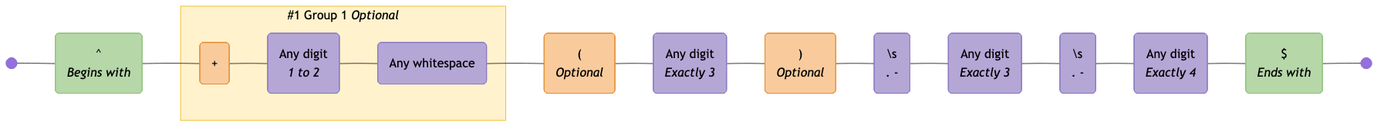
tayles/regex-to-mermaid keeps this Mermaid diagram as diagrams/phone-number.mermaid-diagram.png. Above is the earlier version. Its source is kept beside it as diagrams/phone-number.mermaid.
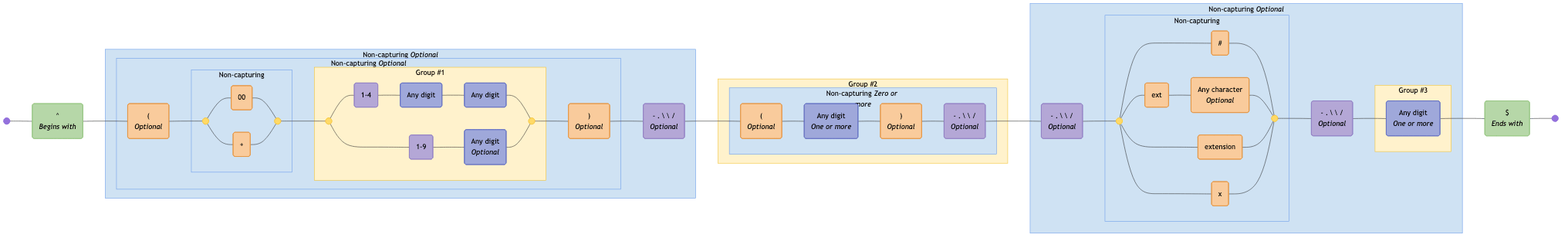
Later version of the same file.

Diff of the diagram source:
```diff
@@ -1,46 +1,148 @@
 graph LR
-  accTitle: "Regex: ^(\\+\\d{1,2}\\s)?\\(?\\d{3}\\)?[\\s.-]\\d{3}[\\s.-]\\d{4}$"
+  accTitle: "Regex: ^(?:(?:\\(?(?:00|\\+)([1-4]\\d\\d|[1-9]\\d?)\\)?)?[\\-\\.\\ \\\\\\/]?)?((?:\\(?\\d{1,}\\)?[\\-\\.\\ \\\\\\/]?){0,})(?:[\\-\\.\\ \\\\\\/]?(?:#|ext\\.?|extension|x)[\\-\\.\\ \\\\\\/]?(\\d+))?$"
   accDescr: "Generated with regex-to-mermaid@1.1.0"
 
   start@{ shape: f-circ };
   fin@{ shape: f-circ };
   assertion_1("^<br><i>Begins with</i>"):::assertion;
-  literal_1("\+"):::literal;
-  char_class_1("Any digit<br><i>1 to 2</i>"):::char-class;
-  char_class_2("Any whitespace"):::char-class;
-  literal_2("\(<br><i>Optional</i>"):::literal;
-  char_class_3("Any digit<br><i>Exactly 3</i>"):::char-class;
-  literal_3("\)<br><i>Optional</i>"):::literal;
-  char_class_4("\s<br>. -"):::char-class;
-  char_class_5("Any digit<br><i>Exactly 3</i>"):::char-class;
-  char_class_6("\s<br>. -"):::char-class;
-  char_class_7("Any digit<br><i>Exactly 4</i>"):::char-class;
+  literal_1("\(<br><i>Optional</i>"):::literal;
+  disjunction_begin_1:::disjunction@{ shape: f-circ };
+  disjunction_end_1:::disjunction@{ shape: f-circ };
+  literal_2("00"):::literal;
+  literal_3("\+"):::literal;
+  disjunction_begin_2:::disjunction@{ shape: f-circ };
+  disjunction_end_2:::disjunction@{ shape: f-circ };
+  char_class_1("1-4"):::char-class;
+  char_set_1("Any digit"):::char-set;
+  char_set_2("Any digit"):::char-set;
+  char_class_2("1-9"):::char-class;
+  char_set_3("Any digit<br><i>Optional</i>"):::char-set;
+  literal_4("\)<br><i>Optional</i>"):::literal;
+  char_class_3("\- \. \  \\ \/<br><i>Optional</i>"):::char-class;
+  literal_5("\(<br><i>Optional</i>"):::literal;
+  char_set_4("Any digit<br><i>One or more</i>"):::char-set;
+  literal_6("\)<br><i>Optional</i>"):::literal;
+  char_class_4("\- \. \  \\ \/<br><i>Optional</i>"):::char-class;
+  char_class_5("\- \. \  \\ \/<br><i>Optional</i>"):::char-class;
+  disjunction_begin_3:::disjunction@{ shape: f-circ };
+  disjunction_end_3:::disjunction@{ shape: f-circ };
+  literal_7("#"):::literal;
+  literal_8("ext"):::literal;
+  literal_9("Any character<br><i>Optional</i>"):::literal;
+  literal_10("extension"):::literal;
+  literal_11("x"):::literal;
+  char_class_6("\- \. \  \\ \/<br><i>Optional</i>"):::char-class;
+  char_set_5("Any digit<br><i>One or more</i>"):::char-set;
   assertion_2("$<br><i>Ends with</i>"):::assertion;
 
-  subgraph standard_1 ["#1 Group 1 <i>Optional</i>"]
+  subgraph non_capturing_3 ["Non-capturing"]
+    disjunction_begin_1
+    disjunction_end_1
+    literal_2
+    literal_3
+  end
+
+  subgraph standard_1 ["Group #1"]
+    disjunction_begin_2
+    disjunction_end_2
+    char_class_1
+    char_set_1
+    char_set_2
+    char_class_2
+    char_set_3
+  end
+
+  subgraph non_capturing_2 ["Non-capturing <i>Optional</i>"]
+    non_capturing_3
+    standard_1
     literal_1
-    char_class_1
-    char_class_2
+    literal_4
+  end
+
+  subgraph non_capturing_1 ["Non-capturing <i>Optional</i>"]
+    non_capturing_3
+    standard_1
+    non_capturing_2
+    char_class_3
+  end
+
+  subgraph non_capturing_4 ["Non-capturing <i>Zero or more</i>"]
+    literal_5
+    char_set_4
+    literal_6
+    char_class_4
+  end
+
+  subgraph standard_2 ["Group #2"]
+    non_capturing_4
+  end
+
+  subgraph non_capturing_6 ["Non-capturing"]
+    disjunction_begin_3
+    disjunction_end_3
+    literal_7
+    literal_8
+    literal_9
+    literal_10
+    literal_11
+  end
+
+  subgraph standard_3 ["Group #3"]
+    char_set_5
+  end
+
+  subgraph non_capturing_5 ["Non-capturing <i>Optional</i>"]
+    non_capturing_6
+    standard_3
+    char_class_5
+    char_class_6
   end
 
   start --- assertion_1;
   assertion_1 --- literal_1;
-  literal_1 --- char_class_1;
-  char_class_1 --- char_class_2;
-  char_class_2 --- literal_2;
-  literal_2 --- char_class_3;
-  char_class_3 --- literal_3;
-  literal_3 --- char_class_4;
+  literal_1 --- disjunction_begin_1;
+  disjunction_begin_1 --- literal_2;
+  literal_2 --- disjunction_end_1;
+  disjunction_begin_1 --- literal_3;
+  literal_3 --- disjunction_end_1;
+  disjunction_end_1 --- disjunction_begin_2;
+  disjunction_begin_2 --- char_class_1;
+  char_class_1 --- char_set_1;
+  char_set_1 --- char_set_2;
+  char_set_2 --- disjunction_end_2;
+  disjunction_begin_2 --- char_class_2;
+  char_class_2 --- char_set_3;
+  char_set_3 --- disjunction_end_2;
+  disjunction_end_2 --- literal_4;
+  literal_4 --- char_class_3;
+  char_class_3 --- literal_5;
+  literal_5 --- char_set_4;
+  char_set_4 --- literal_6;
+  literal_6 --- char_class_4;
   char_class_4 --- char_class_5;
-  char_class_5 --- char_class_6;
-  char_class_6 --- char_class_7;
-  char_class_7 --- assertion_2;
+  char_class_5 --- disjunction_begin_3;
+  disjunction_begin_3 --- literal_7;
+  literal_7 --- disjunction_end_3;
+  disjunction_begin_3 --- literal_8;
+  literal_8 --- literal_9;
+  literal_9 --- disjunction_end_3;
+  disjunction_begin_3 --- literal_10;
+  literal_10 --- disjunction_end_3;
+  disjunction_begin_3 --- literal_11;
+  literal_11 --- disjunction_end_3;
+  disjunction_end_3 --- char_class_6;
+  char_class_6 --- char_set_5;
+  char_set_5 --- assertion_2;
   assertion_2 --- fin;
 
   classDef assertion fill:#B6D7A8,stroke:#93C47D,color:#000000;
   classDef literal fill:#F9CB9C,stroke:#E69138,color:#000000;
+  classDef disjunction fill:#FFD966,stroke:#F1C232,color:#000000;
   classDef char-class fill:#B4A7D6,stroke:#8E7CC3,color:#000000;
+  classDef char-set fill:#9FA8DA,stroke:#5C6BC0,color:#000000;
 
+  classDef non-capturing fill:#CFE2F3,stroke:#6D9EEB,color:#000000;
   classDef standard fill:#FFF2CC,stroke:#F1C232,color:#000000;
 
-  class standard_1 standard;
+  class non_capturing_3,non_capturing_2,non_capturing_1,non_capturing_4,non_capturing_6,non_capturing_5 non-capturing;
+  class standard_1,standard_2,standard_3 standard;
```
